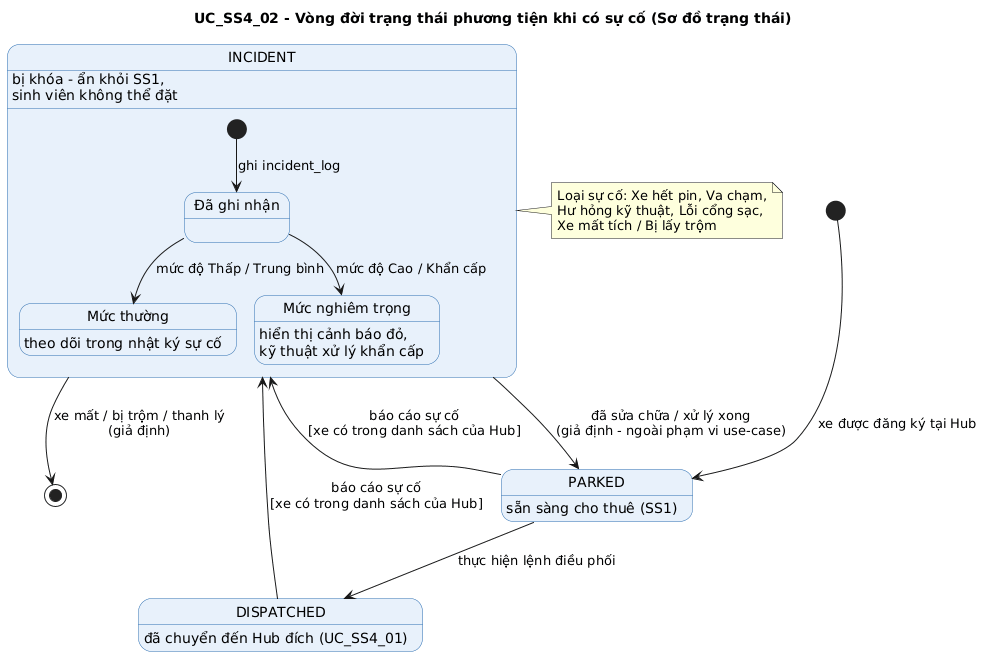
The PlantUML diagram docs/diagrams/Use-case detail-scenario/SS4/State-chart diagrams/UC_SS4_02_statechart.png in Dat-nguyen195/BTL_1_CNPM, before a commit.
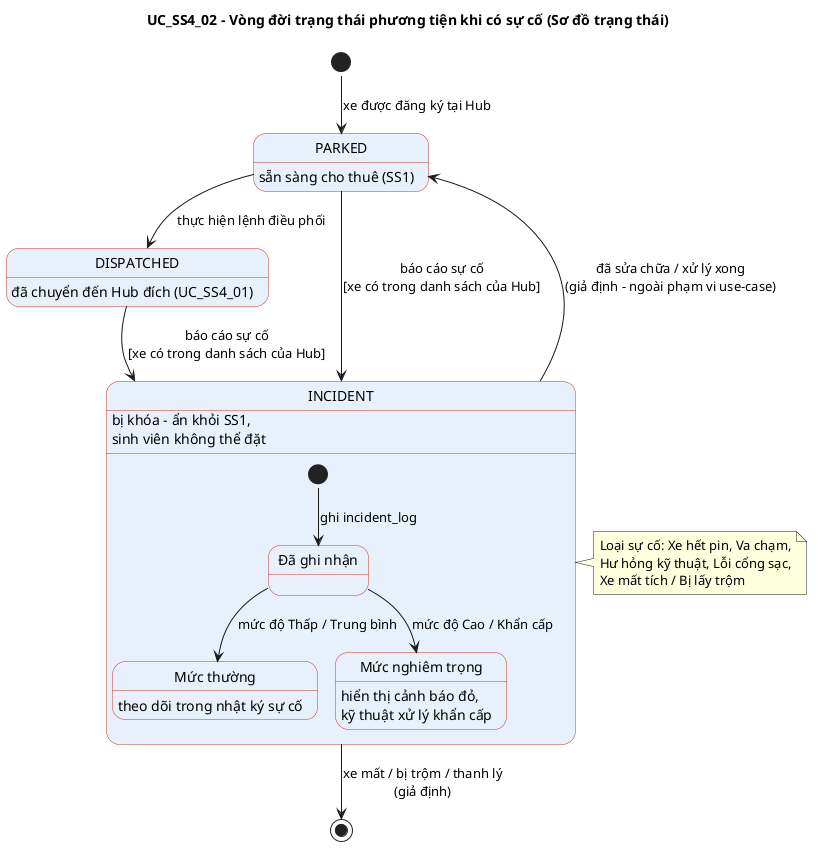
The same diagram one commit later.

The edit, as a diff of the source:
```diff
@@ -1,9 +1,10 @@
-@startuml
+@startuml UC_SS4_02_statechart
+!pragma layout smetana
 title UC_SS4_02 - Vòng đời trạng thái phương tiện khi có sự cố (Sơ đồ trạng thái)
 skinparam shadowing false
 skinparam state {
   BackgroundColor #E8F1FB
-  BorderColor #2B6CB0
+  BorderColor #C0392B
 }
 
 [*] --> PARKED : xe được đăng ký tại Hub
```
